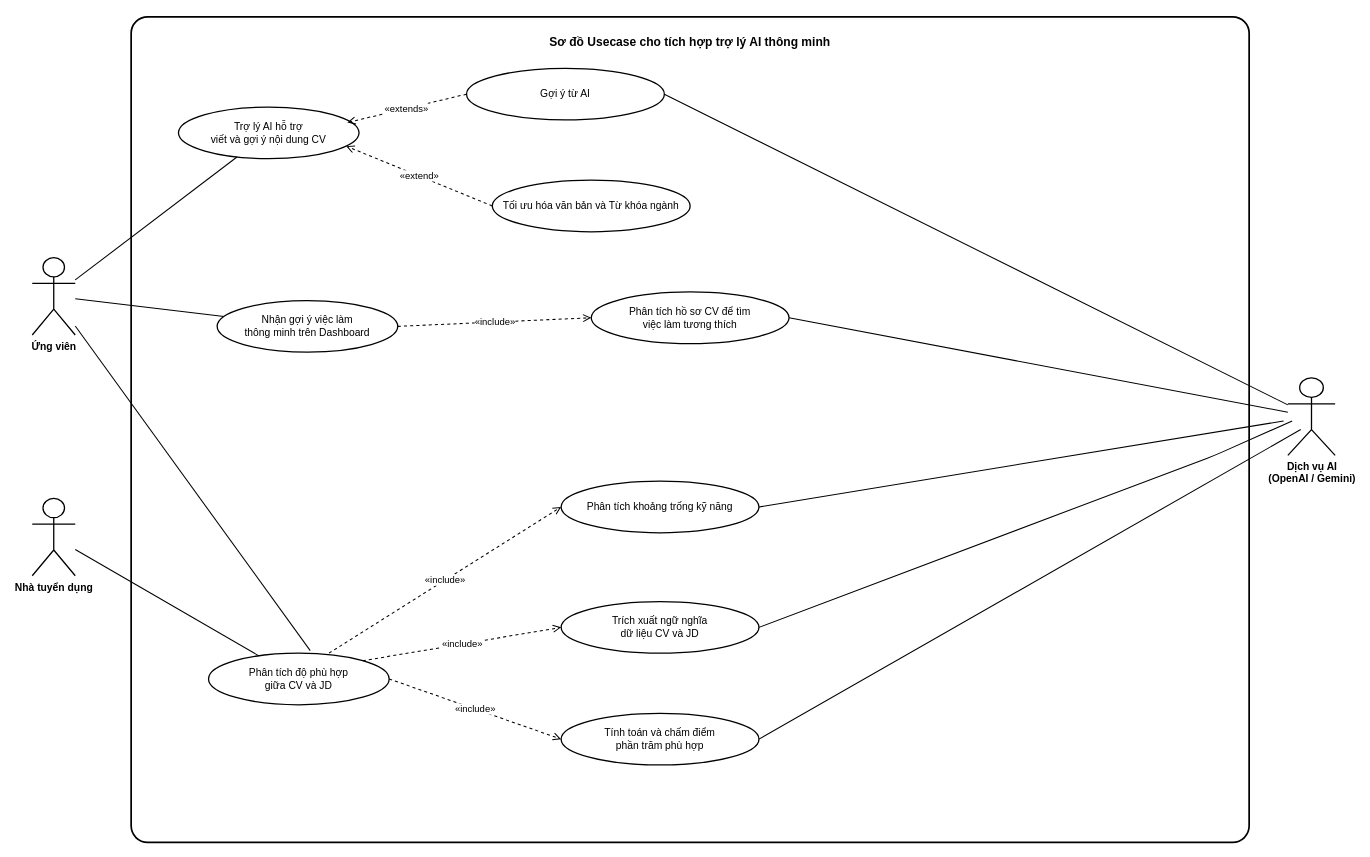
Before: diagrams/usecase_ai_assistant.drawio in SE-Project-CTU/smart-recruitment-docs, a draw.io diagram. Source tidied: cells renumbered, new cells numbered last; positions are measured from the earlier drawing's top-left corner, leaving out a move shared by most shapes. Both pictures are drawn from the tidied source at 86%, with x=0, y=0 at pixel (32, 16).
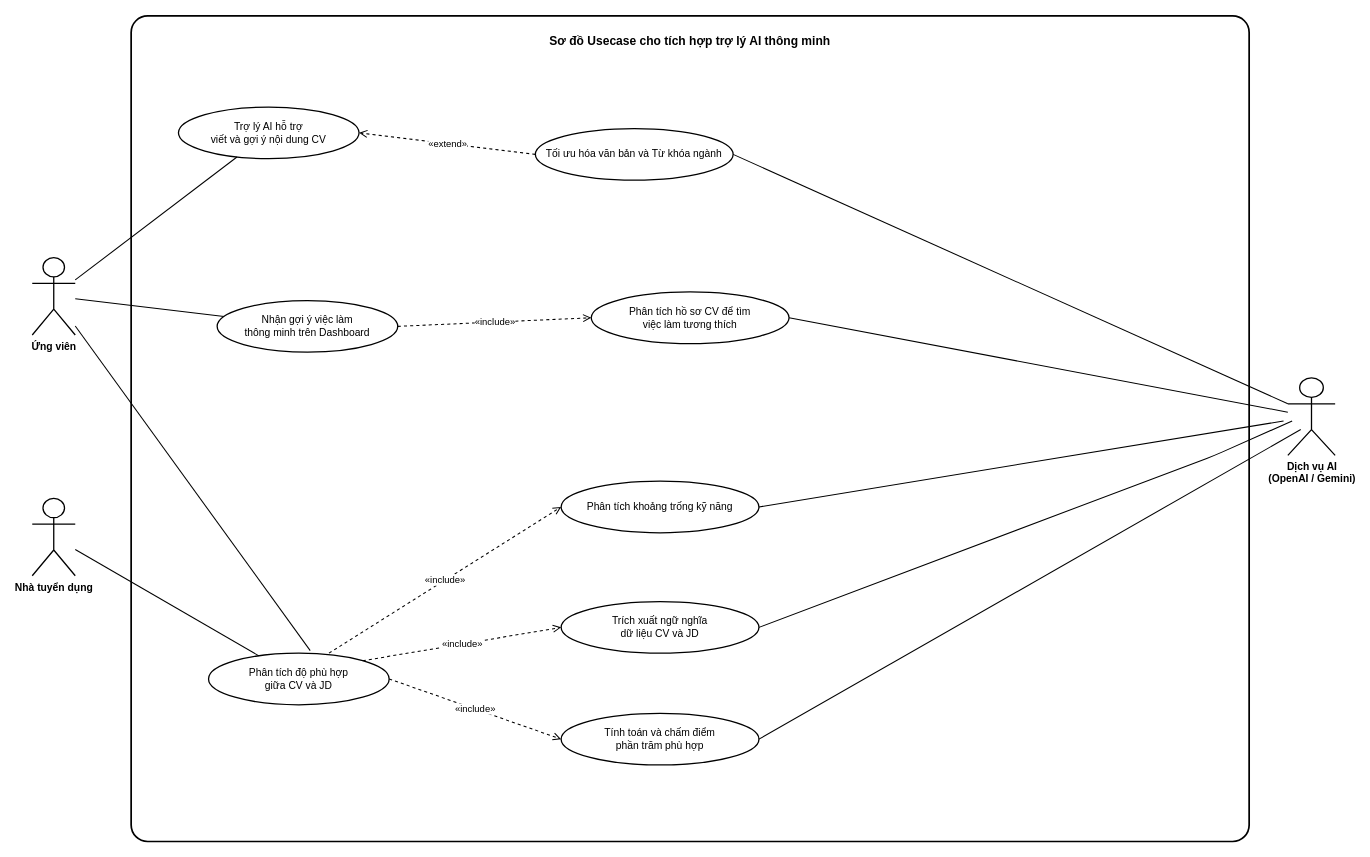
The same page after the edit.

Commit message (it also covers changes not shown here):
refactor: fix usecase diagrams

The change refers to these unchanged cells:
```xml
<mxCell id="5" value="Dịch vụ AI&#10;(OpenAI / Gemini)" style="shape=umlActor;verticalLabelPosition=bottom;verticalAlign=top;html=1;outlineConnect=0;strokeWidth=1.5;strokeColor=#000000;fillColor=#FFFFFF;fontColor=#000000;fontSize=12;fontStyle=1;align=center;" parent="1" vertex="1">
  <mxGeometry x="1460" y="420" width="55" height="90" as="geometry" />
</mxCell>
<mxCell id="6" value="Trợ lý AI hỗ trợ&lt;br&gt;viết và gợi ý nội dung CV" style="ellipse;whiteSpace=wrap;html=1;strokeWidth=1.5;strokeColor=#000000;fillColor=#FFFFFF;fontColor=#000000;fontSize=12;align=center;verticalAlign=middle;" parent="1" vertex="1">
  <mxGeometry x="170" y="105" width="210" height="60" as="geometry" />
</mxCell>
```

The edit, as a diff of the source:
```diff
@@
     <mxCell id="2" value="&lt;div&gt;&lt;span style=&quot;background-color: transparent;&quot;&gt;Sơ đồ Usecase cho tích hợp trợ lý AI thông minh&lt;/span&gt;&lt;/div&gt;" style="rounded=1;arcSize=2;whiteSpace=wrap;html=1;strokeWidth=2;strokeColor=#000000;fillColor=#FFFFFF;fontColor=#000000;fontStyle=1;fontSize=14;verticalAlign=top;spacingTop=14;glass=0;" parent="1" vertex="1">
-      <mxGeometry x="115" width="1300" height="960" as="geometry" />
+      <mxGeometry x="115" y="-1" width="1300" height="960" as="geometry" />
     </mxCell>
@@
-    <mxCell id="9" value="Gợi ý từ AI" style="ellipse;whiteSpace=wrap;html=1;strokeWidth=1.5;strokeColor=#000000;fillColor=#FFFFFF;fontColor=#000000;fontSize=12;align=center;verticalAlign=middle;" parent="1" vertex="1">
-      <mxGeometry x="505" y="60" width="230" height="60" as="geometry" />
-    </mxCell>
     <mxCell id="10" value="Tối ưu hóa văn bản và Từ khóa ngành" style="ellipse;whiteSpace=wrap;html=1;strokeWidth=1.5;strokeColor=#000000;fillColor=#FFFFFF;fontColor=#000000;fontSize=12;align=center;verticalAlign=middle;" parent="1" vertex="1">
-      <mxGeometry x="535" y="190" width="230" height="60" as="geometry" />
+      <mxGeometry x="585" y="130" width="230" height="60" as="geometry" />
     </mxCell>
@@
-    <mxCell id="18" style="endArrow=none;html=1;strokeWidth=1.2;strokeColor=#000000;entryX=1;entryY=0.5;entryDx=0;entryDy=0;" parent="1" edge="1" source="5" target="9">
-      <mxGeometry relative="1" as="geometry" />
-    </mxCell>
@@
-    <mxCell id="22" value="&lt;span style=&quot;color: rgb(0, 0, 0);&quot;&gt;«extends»&lt;/span&gt;" style="dashed=1;endArrow=open;endFill=0;endSize=7;html=1;strokeWidth=1.2;strokeColor=#000000;fontColor=#000000;fontSize=11;labelBackgroundColor=#FFFFFF;exitX=0;exitY=0.5;exitDx=0;exitDy=0;entryX=0.935;entryY=0.3;entryDx=0;entryDy=0;entryPerimeter=0;" parent="1" edge="1" source="9" target="6">
-      <mxGeometry x="0.01" relative="1" as="geometry" />
-    </mxCell>
-    <mxCell id="23" value="«extend»" style="dashed=1;endArrow=open;endFill=0;endSize=7;html=1;strokeWidth=1.2;strokeColor=#000000;fontColor=#000000;fontSize=11;labelBackgroundColor=#FFFFFF;exitX=0;exitY=0.5;exitDx=0;exitDy=0;entryX=1;entryY=0.8;entryDx=0;entryDy=0;" parent="1" edge="1" source="10" target="6">
+    <mxCell id="23" value="«extend»" style="dashed=1;endArrow=open;endFill=0;endSize=7;html=1;strokeWidth=1.2;strokeColor=#000000;fontColor=#000000;fontSize=11;labelBackgroundColor=#FFFFFF;exitX=0;exitY=0.5;exitDx=0;exitDy=0;entryX=1;entryY=0.5;entryDx=0;entryDy=0;" parent="1" edge="1" source="10" target="6">
       <mxGeometry relative="1" as="geometry" />
     </mxCell>
@@
+    <mxCell id="30" style="endArrow=none;html=1;strokeWidth=1.2;strokeColor=#000000;entryX=1;entryY=0.5;entryDx=0;entryDy=0;exitX=0;exitY=0.3333333333333333;exitDx=0;exitDy=0;exitPerimeter=0;" parent="1" edge="1" source="5" target="10">
+      <mxGeometry relative="1" as="geometry" />
+    </mxCell>
```
